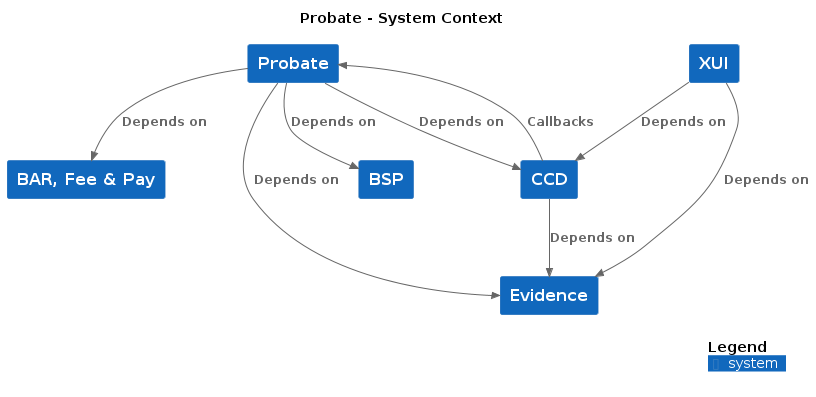
Before: docs/c4/probate/images/structurizr-probate-context.png, a diagram exported from PlantUML (hmcts/cnp-api-docs).
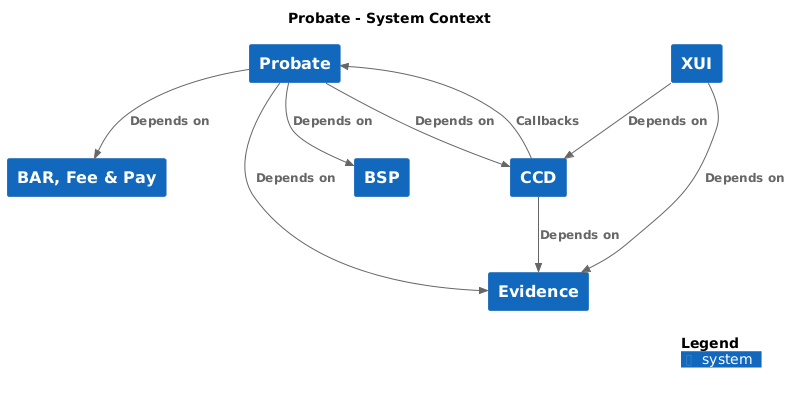
Later version of the same file.

Diff of the diagram source:
```diff
@@ -14,14 +14,14 @@
 System(XUI, "XUI", $descr="", $tags="", $link="")
 System(Probate, "Probate", $descr="", $tags="", $link="")
 
-Rel_D(CCD, Evidence, "Depends on", $techn="", $tags="", $link="")
-Rel_D(XUI, Evidence, "Depends on", $techn="", $tags="", $link="")
-Rel_D(XUI, CCD, "Depends on", $techn="", $tags="", $link="")
-Rel_D(Probate, CCD, "Depends on", $techn="", $tags="", $link="")
-Rel_D(Probate, BARFeePay, "Depends on", $techn="", $tags="", $link="")
-Rel_D(Probate, Evidence, "Depends on", $techn="", $tags="", $link="")
-Rel_D(Probate, BSP, "Depends on", $techn="", $tags="", $link="")
-Rel_D(CCD, Probate, "Callbacks", $techn="", $tags="", $link="")
+Rel(CCD, Evidence, "Depends on", $techn="", $tags="", $link="")
+Rel(XUI, Evidence, "Depends on", $techn="", $tags="", $link="")
+Rel(XUI, CCD, "Depends on", $techn="", $tags="", $link="")
+Rel(Probate, CCD, "Depends on", $techn="", $tags="", $link="")
+Rel(Probate, BARFeePay, "Depends on", $techn="", $tags="", $link="")
+Rel(Probate, Evidence, "Depends on", $techn="", $tags="", $link="")
+Rel(Probate, BSP, "Depends on", $techn="", $tags="", $link="")
+Rel(CCD, Probate, "Callbacks", $techn="", $tags="", $link="")
 
 SHOW_DYNAMIC_LEGEND()
 @enduml
```
